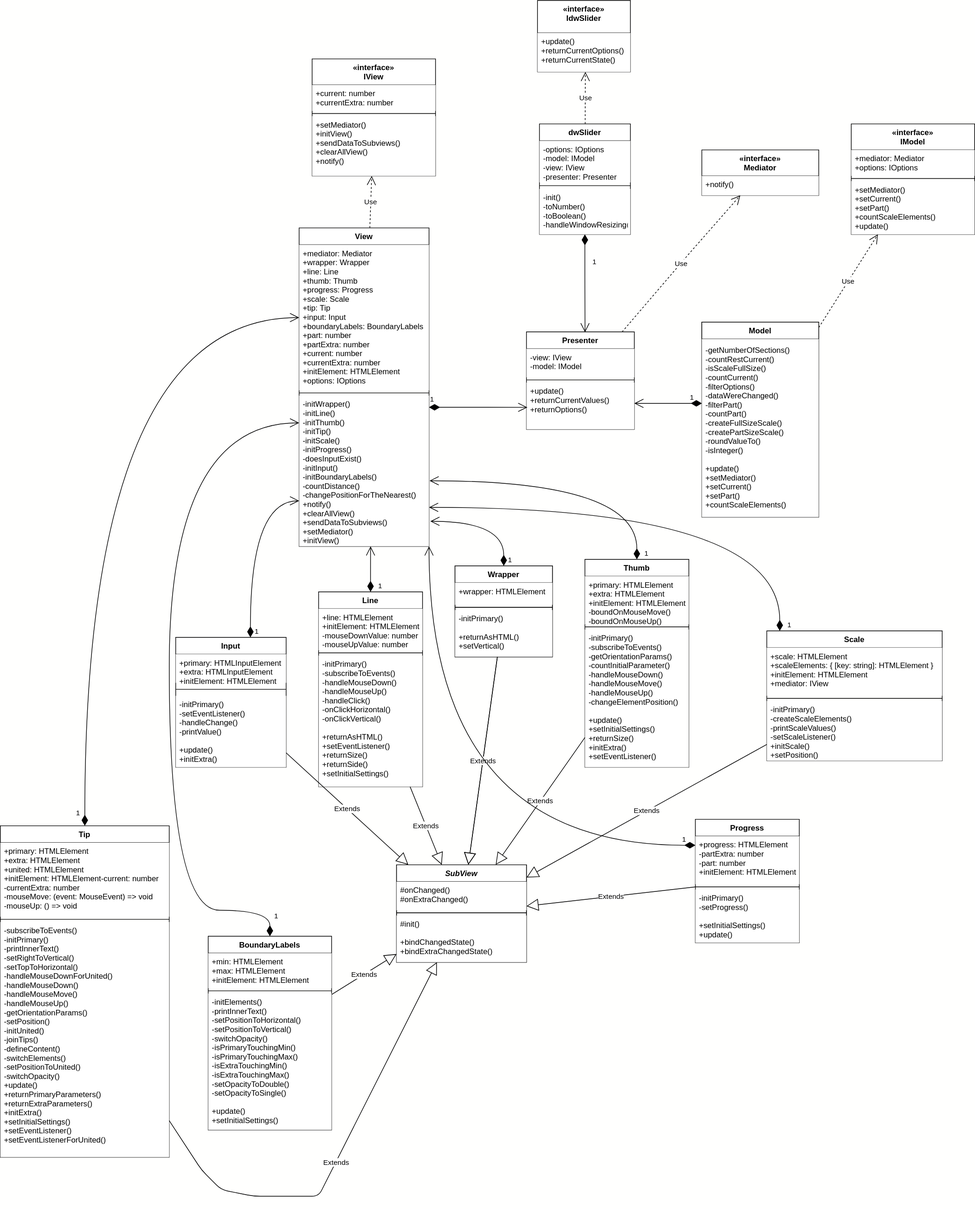
Before: dwSlider.svg, a diagram exported from draw.io (Daswetter/4th). Source tidied: cells renumbered, new cells last; positions are measured from the earlier drawing's top-left corner, leaving out a move shared by most shapes.
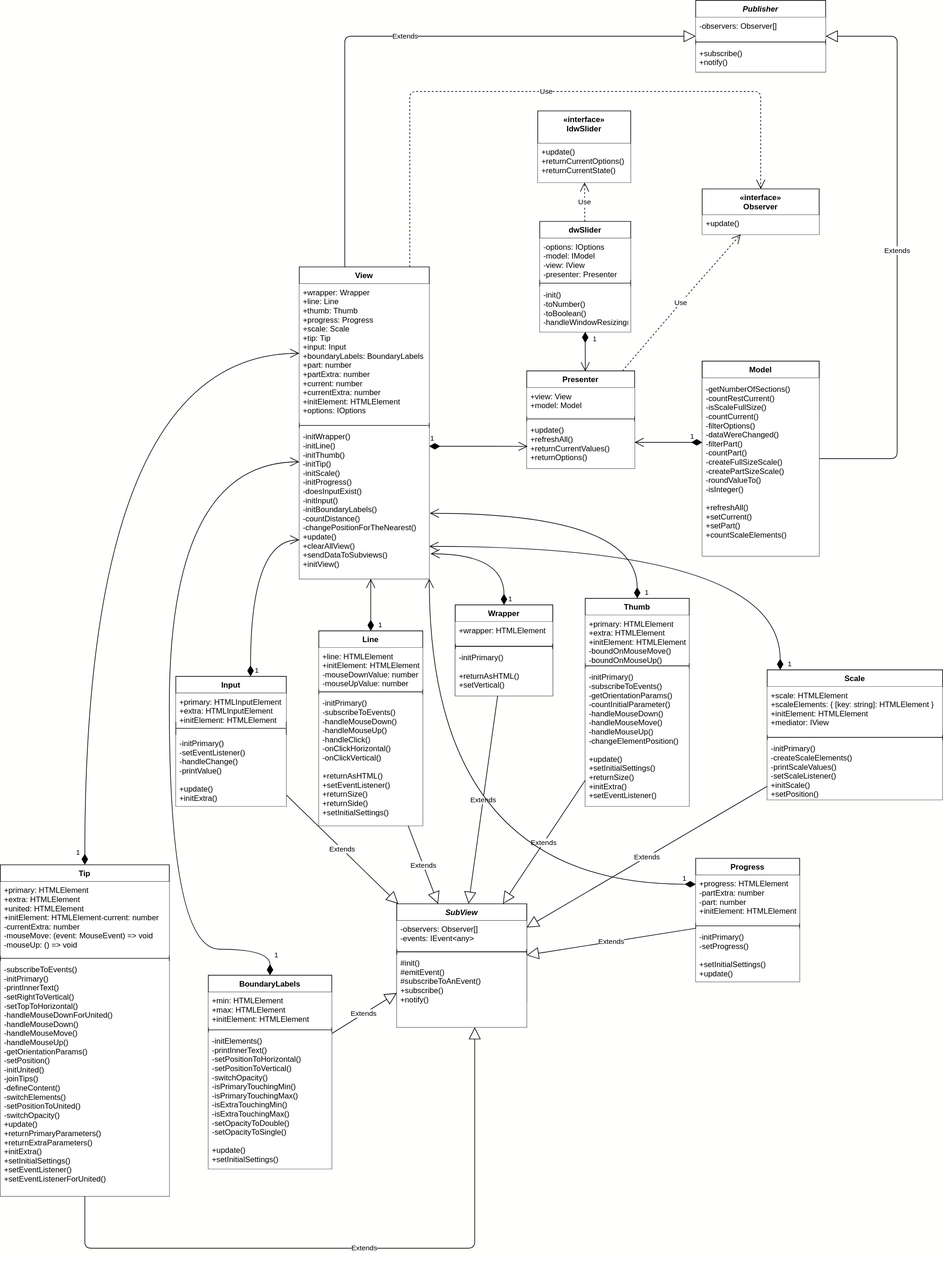
The same file after the commit.

The edit, as a diff of the source:
```diff
@@ -11,10 +11,8 @@
     <mxCell id="4" style="line;strokeWidth=1;fillColor=none;align=left;verticalAlign=middle;spacingTop=-1;spacingLeft=3;spacingRight=3;labelPosition=right;" parent="2" vertex="1">
       <mxGeometry y="80" width="180" height="8" as="geometry" />
     </mxCell>
-    <mxCell id="5" value="Use" style="endArrow=open;endSize=12;dashed=1;html=1;" parent="1" edge="1" source="28">
-      <mxGeometry relative="1" as="geometry">
-        <mxPoint x="900.7" y="110" as="targetPoint" />
-      </mxGeometry>
+    <mxCell id="5" value="Use" style="endArrow=open;endSize=12;dashed=1;html=1;" parent="1" edge="1" source="28" target="52">
+      <mxGeometry relative="1" as="geometry" />
     </mxCell>
     <mxCell id="6" value="SubView" style="swimlane;fontStyle=3;align=center;verticalAlign=top;horizontal=1;startSize=26;" parent="1" vertex="1">
       <mxGeometry x="610" y="1330" width="200" height="150" as="geometry" />
@@ -46,10 +44,10 @@
     <mxCell id="15" value="Extends" style="endArrow=block;endSize=16;endFill=0;html=1;" parent="1" edge="1" source="23" target="6">
       <mxGeometry relative="1" as="geometry" />
     </mxCell>
-    <mxCell id="16" value="«interface»&#10;Mediator" style="swimlane;fontStyle=1;align=center;verticalAlign=top;horizontal=1;startSize=40;" parent="1" vertex="1">
+    <mxCell id="16" value="«interface»&#10;Observer" style="swimlane;fontStyle=1;align=center;verticalAlign=top;horizontal=1;startSize=40;" parent="1" vertex="1">
       <mxGeometry x="1080" y="230" width="180" height="70" as="geometry" />
     </mxCell>
-    <mxCell id="17" value="+notify()" style="text;strokeColor=none;align=left;verticalAlign=top;spacingLeft=4;spacingRight=4;overflow=hidden;fillColor=#ffffff;" parent="16" vertex="1">
+    <mxCell id="17" value="+update()" style="text;strokeColor=none;align=left;verticalAlign=top;spacingLeft=4;spacingRight=4;overflow=hidden;fillColor=#ffffff;" parent="16" vertex="1">
       <mxGeometry y="40" width="180" height="30" as="geometry" />
     </mxCell>
     <mxCell id="18" value="Use" style="endArrow=open;endSize=12;dashed=1;html=1;" parent="1" edge="1" source="32" target="16">
@@ -59,18 +57,6 @@
         </Array>
       </mxGeometry>
     </mxCell>
-    <mxCell id="19" value="«interface»&#10;IModel" style="swimlane;fontStyle=1;align=center;verticalAlign=top;horizontal=1;startSize=40;" parent="1" vertex="1">
-      <mxGeometry x="1310" y="190" width="190" height="170" as="geometry" />
-    </mxCell>
-    <mxCell id="20" value="+mediator: Mediator&#10;+options: IOptions" style="text;align=left;verticalAlign=top;spacingLeft=4;spacingRight=4;overflow=hidden;fillColor=#ffffff;" parent="19" vertex="1">
-      <mxGeometry y="40" width="190" height="40" as="geometry" />
-    </mxCell>
-    <mxCell id="21" style="line;strokeWidth=1;fillColor=none;align=left;verticalAlign=middle;spacingTop=-1;spacingLeft=3;spacingRight=3;labelPosition=right;" parent="19" vertex="1">
-      <mxGeometry y="80" width="190" height="8" as="geometry" />
-    </mxCell>
-    <mxCell id="22" value="+setMediator()&#10;+setCurrent()&#10;+setPart()&#10;+countScaleElements()&#10;+update()" style="text;align=left;verticalAlign=top;spacingLeft=4;spacingRight=4;overflow=hidden;fillColor=#ffffff;" parent="19" vertex="1">
-      <mxGeometry y="88" width="190" height="82" as="geometry" />
-    </mxCell>
     <mxCell id="23" value="BoundaryLabels" style="swimlane;fontStyle=1;align=center;verticalAlign=top;horizontal=1;startSize=26;" parent="1" vertex="1">
       <mxGeometry x="320" y="1440" width="190" height="298" as="geometry" />
     </mxCell>
@@ -83,9 +69,44 @@
     <mxCell id="26" value="-initElements()&#10;-printInnerText()&#10;-setPositionToHorizontal()&#10;-setPositionToVertical()&#10;-switchOpacity()&#10;-isPrimaryTouchingMin()&#10;-isPrimaryTouchingMax()&#10;-isExtraTouchingMin()&#10;-isExtraTouchingMax()&#10;-setOpacityToDouble()&#10;-setOpacityToSingle()&#10;&#10;+update()&#10;+setInitialSettings()" style="text;strokeColor=none;align=left;verticalAlign=top;spacingLeft=4;spacingRight=4;overflow=hidden;fillColor=#ffffff;" parent="23" vertex="1">
       <mxGeometry y="88" width="190" height="210" as="geometry" />
     </mxCell>
+    <mxCell id="101" value="Publisher" style="swimlane;fontStyle=3;align=center;verticalAlign=top;horizontal=1;startSize=26;" parent="1" vertex="1">
+      <mxGeometry x="1070" y="-60" width="200" height="110" as="geometry" />
+    </mxCell>
+    <mxCell id="102" value="-observers: Observer[]&#10;&#10;" style="text;strokeColor=none;align=left;verticalAlign=top;spacingLeft=4;spacingRight=4;overflow=hidden;fillColor=#ffffff;" parent="101" vertex="1">
+      <mxGeometry y="26" width="200" height="34" as="geometry" />
+    </mxCell>
+    <mxCell id="103" style="line;strokeWidth=1;align=left;verticalAlign=middle;spacingTop=-1;spacingLeft=3;spacingRight=3;labelPosition=right;" parent="101" vertex="1">
+      <mxGeometry y="60" width="200" height="8" as="geometry" />
+    </mxCell>
+    <mxCell id="104" value="+subscribe()&#10;+notify()&#10;" style="text;strokeColor=none;align=left;verticalAlign=top;spacingLeft=4;spacingRight=4;overflow=hidden;fillColor=#ffffff;" parent="101" vertex="1">
+      <mxGeometry y="68" width="200" height="42" as="geometry" />
+    </mxCell>
+    <mxCell id="105" value="Extends" style="endArrow=block;endSize=16;endFill=0;html=1;edgeStyle=orthogonalEdgeStyle;" parent="1" edge="1" source="37" target="101">
+      <mxGeometry relative="1" as="geometry">
+        <Array as="points">
+          <mxPoint x="1380" y="645" />
+          <mxPoint x="1380" y="-5" />
+        </Array>
+      </mxGeometry>
+    </mxCell>
+    <mxCell id="106" value="Extends" style="endArrow=block;endSize=16;endFill=0;html=1;edgeStyle=orthogonalEdgeStyle;" parent="1" edge="1" source="45" target="101">
+      <mxGeometry relative="1" as="geometry">
+        <Array as="points">
+          <mxPoint x="530" y="-5" />
+        </Array>
+      </mxGeometry>
+    </mxCell>
+    <mxCell id="107" value="Use" style="endArrow=open;endSize=12;dashed=1;html=1;edgeStyle=orthogonalEdgeStyle;" parent="1" edge="1" source="45" target="16">
+      <mxGeometry relative="1" as="geometry">
+        <Array as="points">
+          <mxPoint x="630" y="80" />
+          <mxPoint x="1170" y="80" />
+        </Array>
+      </mxGeometry>
+    </mxCell>
     <mxCell id="27" value="Untitled Layer" parent="0" />
     <mxCell id="28" value="dwSlider" style="swimlane;fontStyle=1;align=center;verticalAlign=top;horizontal=1;startSize=26;" parent="27" vertex="1">
-      <mxGeometry x="830" y="190" width="140" height="170" as="geometry" />
+      <mxGeometry x="830" y="280" width="140" height="170" as="geometry" />
     </mxCell>
     <mxCell id="29" value="-options: IOptions&#10;-model: IModel&#10;-view: IView&#10;-presenter: Presenter" style="text;strokeColor=none;align=left;verticalAlign=top;spacingLeft=4;spacingRight=4;overflow=hidden;fillColor=#ffffff;" parent="28" vertex="1">
       <mxGeometry y="26" width="140" height="64" as="geometry" />
@@ -99,13 +120,13 @@
     <mxCell id="32" value="Presenter" style="swimlane;fontStyle=1;align=center;verticalAlign=top;horizontal=1;startSize=26;" parent="27" vertex="1">
       <mxGeometry x="810" y="510" width="166" height="150" as="geometry" />
     </mxCell>
-    <mxCell id="33" value="-view: IView&#10;-model: IModel" style="text;strokeColor=none;align=left;verticalAlign=top;spacingLeft=4;spacingRight=4;overflow=hidden;fillColor=#ffffff;" parent="32" vertex="1">
+    <mxCell id="33" value="+view: View&#10;+model: Model" style="text;strokeColor=none;align=left;verticalAlign=top;spacingLeft=4;spacingRight=4;overflow=hidden;fillColor=#ffffff;" parent="32" vertex="1">
       <mxGeometry y="26" width="166" height="44" as="geometry" />
     </mxCell>
     <mxCell id="34" style="line;strokeWidth=1;fillColor=none;align=left;verticalAlign=middle;spacingTop=-1;spacingLeft=3;spacingRight=3;labelPosition=right;" parent="32" vertex="1">
       <mxGeometry y="70" width="166" height="8" as="geometry" />
     </mxCell>
-    <mxCell id="35" value="+update()&#10;+returnCurrentValues()&#10;+returnOptions()&#10;" style="text;strokeColor=none;align=left;verticalAlign=top;spacingLeft=4;spacingRight=4;overflow=hidden;points=[[0,0.5],[1,0.5]];portConstraint=eastwest;fillColor=#ffffff;" parent="32" vertex="1">
+    <mxCell id="35" value="+update()&#10;+refreshAll()&#10;+returnCurrentValues()&#10;+returnOptions()&#10;" style="text;strokeColor=none;align=left;verticalAlign=top;spacingLeft=4;spacingRight=4;overflow=hidden;points=[[0,0.5],[1,0.5]];portConstraint=eastwest;fillColor=#ffffff;" parent="32" vertex="1">
       <mxGeometry y="78" width="166" height="72" as="geometry" />
     </mxCell>
     <mxCell id="36" value="1" style="endArrow=open;html=1;endSize=12;startArrow=diamondThin;startSize=14;startFill=1;edgeStyle=orthogonalEdgeStyle;align=left;verticalAlign=bottom;entryX=0.543;entryY=0.005;entryDx=0;entryDy=0;entryPerimeter=0;" parent="27" edge="1" source="28" target="32">
@@ -117,39 +138,21 @@
     <mxCell id="38" style="text;strokeColor=none;align=left;verticalAlign=top;spacingLeft=4;spacingRight=4;overflow=hidden;fillColor=#ffffff;" parent="37" vertex="1">
       <mxGeometry y="26" width="180" height="4" as="geometry" />
     </mxCell>
-    <mxCell id="39" value="-getNumberOfSections()&#10;-countRestCurrent()&#10;-isScaleFullSize()&#10;-countCurrent()&#10;-filterOptions()&#10;-dataWereChanged()&#10;-filterPart()&#10;-countPart()&#10;-createFullSizeScale()&#10;-createPartSizeScale()&#10;-roundValueTo()&#10;-isInteger()&#10;&#10;+update()&#10;+setMediator()&#10;+setCurrent()&#10;+setPart()&#10;+countScaleElements()" style="text;align=left;verticalAlign=top;spacingLeft=4;spacingRight=4;overflow=hidden;fillColor=#ffffff;" parent="37" vertex="1">
+    <mxCell id="39" value="-getNumberOfSections()&#10;-countRestCurrent()&#10;-isScaleFullSize()&#10;-countCurrent()&#10;-filterOptions()&#10;-dataWereChanged()&#10;-filterPart()&#10;-countPart()&#10;-createFullSizeScale()&#10;-createPartSizeScale()&#10;-roundValueTo()&#10;-isInteger()&#10;&#10;+refreshAll()&#10;+setCurrent()&#10;+setPart()&#10;+countScaleElements()" style="text;align=left;verticalAlign=top;spacingLeft=4;spacingRight=4;overflow=hidden;fillColor=#ffffff;" parent="37" vertex="1">
       <mxGeometry y="30" width="180" height="270" as="geometry" />
     </mxCell>
-    <mxCell id="40" value="Use" style="endArrow=open;endSize=12;dashed=1;html=1;" parent="27" edge="1" source="37" target="19">
-      <mxGeometry relative="1" as="geometry" />
-    </mxCell>
-    <mxCell id="41" value="«interface»&#10;IView" style="swimlane;fontStyle=1;align=center;verticalAlign=top;horizontal=1;startSize=40;" parent="27" vertex="1">
-      <mxGeometry x="480" y="90" width="190" height="180" as="geometry" />
-    </mxCell>
-    <mxCell id="42" value="+current: number&#10;+currentExtra: number" style="text;align=left;verticalAlign=top;spacingLeft=4;spacingRight=4;overflow=hidden;fillColor=#ffffff;" parent="41" vertex="1">
-      <mxGeometry y="40" width="190" height="40" as="geometry" />
-    </mxCell>
-    <mxCell id="43" style="line;strokeWidth=1;fillColor=none;align=left;verticalAlign=middle;spacingTop=-1;spacingLeft=3;spacingRight=3;labelPosition=right;" parent="41" vertex="1">
-      <mxGeometry y="80" width="190" height="8" as="geometry" />
-    </mxCell>
-    <mxCell id="44" value="+setMediator()&#10;+initView()&#10;+sendDataToSubviews()&#10;+clearAllView()&#10;+notify()" style="text;align=left;verticalAlign=top;spacingLeft=4;spacingRight=4;overflow=hidden;fillColor=#ffffff;" parent="41" vertex="1">
-      <mxGeometry y="88" width="190" height="92" as="geometry" />
-    </mxCell>
     <mxCell id="45" value="View" style="swimlane;fontStyle=1;align=center;verticalAlign=top;horizontal=1;startSize=26;" parent="27" vertex="1">
-      <mxGeometry x="460" y="350" width="200" height="490" as="geometry" />
+      <mxGeometry x="460" y="350" width="200" height="480" as="geometry" />
     </mxCell>
-    <mxCell id="46" value="+mediator: Mediator&#10;+wrapper: Wrapper&#10;+line: Line&#10;+thumb: Thumb &#10;+progress: Progress&#10;+scale: Scale &#10;+tip: Tip&#10;+input: Input&#10;+boundaryLabels: BoundaryLabels&#10;+part: number&#10;+partExtra: number&#10;+current: number&#10;+currentExtra: number&#10;+initElement: HTMLElement&#10;+options: IOptions" style="text;strokeColor=none;align=left;verticalAlign=top;spacingLeft=4;spacingRight=4;overflow=hidden;points=[[0,0.5],[1,0.5]];portConstraint=eastwest;fillColor=#ffffff;" parent="45" vertex="1">
-      <mxGeometry y="26" width="200" height="224" as="geometry" />
+    <mxCell id="46" value="+wrapper: Wrapper&#10;+line: Line&#10;+thumb: Thumb &#10;+progress: Progress&#10;+scale: Scale &#10;+tip: Tip&#10;+input: Input&#10;+boundaryLabels: BoundaryLabels&#10;+part: number&#10;+partExtra: number&#10;+current: number&#10;+currentExtra: number&#10;+initElement: HTMLElement&#10;+options: IOptions" style="text;strokeColor=none;align=left;verticalAlign=top;spacingLeft=4;spacingRight=4;overflow=hidden;points=[[0,0.5],[1,0.5]];portConstraint=eastwest;fillColor=#ffffff;" parent="45" vertex="1">
+      <mxGeometry y="26" width="200" height="214" as="geometry" />
     </mxCell>
     <mxCell id="47" style="line;strokeWidth=1;fillColor=none;align=left;verticalAlign=middle;spacingTop=-1;spacingLeft=3;spacingRight=3;labelPosition=right;" parent="45" vertex="1">
-      <mxGeometry y="250" width="200" height="8" as="geometry" />
+      <mxGeometry y="240" width="200" height="8" as="geometry" />
     </mxCell>
-    <mxCell id="48" value="-initWrapper()&#10;-initLine()&#10;-initThumb()&#10;-initTip()&#10;-initScale()&#10;-initProgress()&#10;-doesInputExist()&#10;-initInput()&#10;-initBoundaryLabels()&#10;-countDistance()&#10;-changePositionForTheNearest()&#10;+notify()&#10;+clearAllView()&#10;+sendDataToSubviews()&#10;+setMediator()&#10;+initView()" style="text;align=left;verticalAlign=top;spacingLeft=4;spacingRight=4;overflow=hidden;points=[[0,0.5],[1,0.5]];portConstraint=eastwest;fillColor=#ffffff;" parent="45" vertex="1">
-      <mxGeometry y="258" width="200" height="232" as="geometry" />
+    <mxCell id="48" value="-initWrapper()&#10;-initLine()&#10;-initThumb()&#10;-initTip()&#10;-initScale()&#10;-initProgress()&#10;-doesInputExist()&#10;-initInput()&#10;-initBoundaryLabels()&#10;-countDistance()&#10;-changePositionForTheNearest()&#10;+update()&#10;+clearAllView()&#10;+sendDataToSubviews()&#10;+initView()" style="text;align=left;verticalAlign=top;spacingLeft=4;spacingRight=4;overflow=hidden;points=[[0,0.5],[1,0.5]];portConstraint=eastwest;fillColor=#ffffff;" parent="45" vertex="1">
+      <mxGeometry y="248" width="200" height="232" as="geometry" />
     </mxCell>
-    <mxCell id="49" value="Use" style="endArrow=open;endSize=12;dashed=1;html=1;" parent="27" edge="1" source="45" target="41">
-      <mxGeometry relative="1" as="geometry" />
-    </mxCell>
     <mxCell id="50" value="1" style="endArrow=open;html=1;endSize=12;startArrow=diamondThin;startSize=14;startFill=1;edgeStyle=orthogonalEdgeStyle;align=left;verticalAlign=bottom;entryX=0.008;entryY=0.53;entryDx=0;entryDy=0;entryPerimeter=0;" parent="27" edge="1" source="45" target="35">
       <mxGeometry x="-1" y="3" relative="1" as="geometry">
         <Array as="points">
@@ -167,22 +170,22 @@
       </mxGeometry>
     </mxCell>
     <mxCell id="52" value="«interface»&#10;IdwSlider&#10;" style="swimlane;fontStyle=1;align=center;verticalAlign=top;horizontal=1;startSize=50;" parent="27" vertex="1">
-      <mxGeometry x="827" width="143" height="110" as="geometry" />
+      <mxGeometry x="827" y="110" width="143" height="110" as="geometry" />
     </mxCell>
     <mxCell id="53" value="+update()&#10;+returnCurrentOptions()&#10;+returnCurrentState()" style="text;strokeColor=none;align=left;verticalAlign=top;spacingLeft=4;spacingRight=4;overflow=hidden;horizontal=1;fillColor=#ffffff;" parent="52" vertex="1">
       <mxGeometry y="50" width="143" height="60" as="geometry" />
     </mxCell>
     <mxCell id="54" value="SubView" style="swimlane;fontStyle=3;align=center;verticalAlign=top;horizontal=1;startSize=26;" parent="27" vertex="1">
-      <mxGeometry x="610" y="1330" width="200" height="150" as="geometry" />
+      <mxGeometry x="610" y="1330" width="200" height="190" as="geometry" />
     </mxCell>
-    <mxCell id="55" value="#onChanged()&#10;#onExtraChanged()" style="text;strokeColor=none;align=left;verticalAlign=top;spacingLeft=4;spacingRight=4;overflow=hidden;fillColor=#ffffff;" parent="54" vertex="1">
+    <mxCell id="55" value="-observers: Observer[]&#10;-events: IEvent&lt;any&gt;" style="text;strokeColor=none;align=left;verticalAlign=top;spacingLeft=4;spacingRight=4;overflow=hidden;fillColor=#ffffff;" parent="54" vertex="1">
       <mxGeometry y="26" width="200" height="44" as="geometry" />
     </mxCell>
     <mxCell id="56" style="line;strokeWidth=1;align=left;verticalAlign=middle;spacingTop=-1;spacingLeft=3;spacingRight=3;labelPosition=right;" parent="54" vertex="1">
       <mxGeometry y="70" width="200" height="8" as="geometry" />
     </mxCell>
-    <mxCell id="57" value="#init()&#10;&#10;+bindChangedState()&#10;+bindExtraChangedState()&#10;" style="text;strokeColor=none;align=left;verticalAlign=top;spacingLeft=4;spacingRight=4;overflow=hidden;fillColor=#ffffff;" parent="54" vertex="1">
-      <mxGeometry y="78" width="200" height="72" as="geometry" />
+    <mxCell id="57" value="#init()&#10;#emitEvent()&#10;#subscribeToAnEvent()&#10;+subscribe()&#10;+notify()" style="text;strokeColor=none;align=left;verticalAlign=top;spacingLeft=4;spacingRight=4;overflow=hidden;fillColor=#ffffff;" parent="54" vertex="1">
+      <mxGeometry y="78" width="200" height="112" as="geometry" />
     </mxCell>
     <mxCell id="58" value="Wrapper" style="swimlane;fontStyle=1;align=center;verticalAlign=top;horizontal=1;startSize=26;" parent="27" vertex="1">
       <mxGeometry x="700" y="870" width="150" height="140" as="geometry" />
@@ -196,9 +199,6 @@
     <mxCell id="61" value="-initPrimary()&#10;&#10;+returnAsHTML()&#10;+setVertical()" style="text;strokeColor=none;align=left;verticalAlign=top;spacingLeft=4;spacingRight=4;overflow=hidden;fillColor=#ffffff;" parent="58" vertex="1">
       <mxGeometry y="68" width="150" height="72" as="geometry" />
     </mxCell>
-    <mxCell id="62" value="Extends" style="endArrow=block;endSize=16;endFill=0;html=1;" parent="27" edge="1" source="58" target="54">
-      <mxGeometry relative="1" as="geometry" />
-    </mxCell>
     <mxCell id="63" value="Line" style="swimlane;fontStyle=1;align=center;verticalAlign=top;horizontal=1;startSize=26;" parent="27" vertex="1">
       <mxGeometry x="490" y="910" width="160" height="300" as="geometry" />
     </mxCell>
@@ -280,13 +280,11 @@
     <mxCell id="89" value="-initPrimary()&#10;-setEventListener()&#10;-handleChange()&#10;-printValue()&#10;&#10;+update()&#10;+initExtra()" style="text;strokeColor=none;align=left;verticalAlign=top;spacingLeft=4;spacingRight=4;overflow=hidden;fillColor=#ffffff;" parent="86" vertex="1">
       <mxGeometry y="90" width="170" height="110" as="geometry" />
     </mxCell>
-    <mxCell id="90" value="Extends" style="endArrow=block;endSize=16;endFill=0;html=1;" parent="27" edge="1" source="82" target="54">
+    <mxCell id="90" value="Extends" style="endArrow=block;endSize=16;endFill=0;html=1;edgeStyle=orthogonalEdgeStyle;" parent="27" edge="1" source="82" target="54">
       <mxGeometry relative="1" as="geometry">
         <Array as="points">
-          <mxPoint x="310" y="1800" />
-          <mxPoint x="340" y="1830" />
-          <mxPoint x="390" y="1840" />
-          <mxPoint x="490" y="1840" />
+          <mxPoint x="130" y="1860" />
+          <mxPoint x="730" y="1860" />
         </Array>
       </mxGeometry>
     </mxCell>
```
